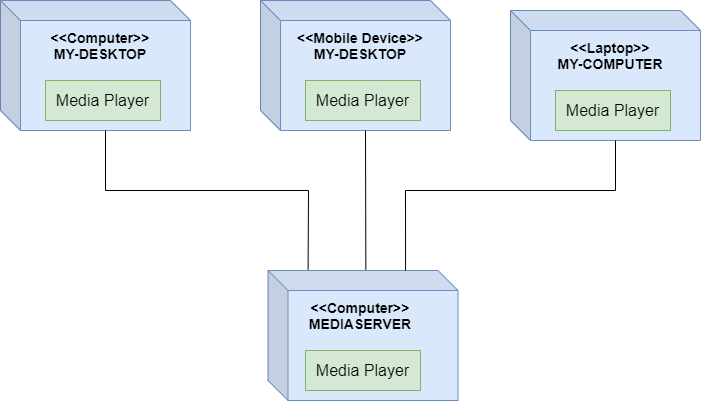
Above: Architectural styles/Layred Systems/nTierDiagram.png in smitbmx/Architecture-Diagrams (draw.io), before the change. Source tidied: cells renumbered, new cells last; positions are measured from the earlier drawing's top-left corner, leaving out a move shared by most shapes.
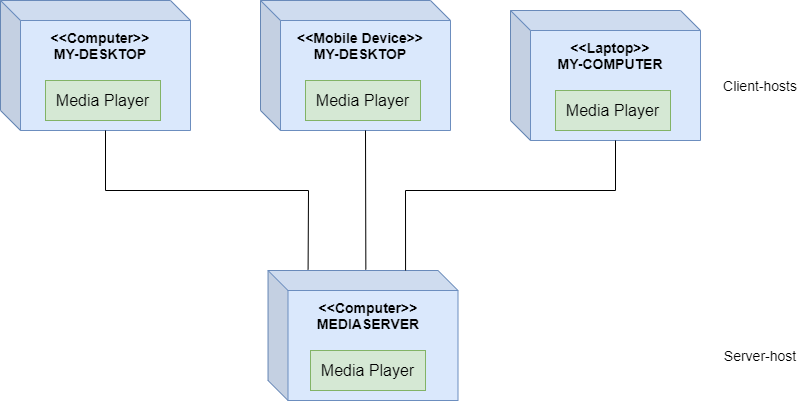
Later version of the same file.

Change to the diagram source:
```diff
@@ -33,10 +33,10 @@
       <mxGeometry x="267.5" y="270" width="190" height="130" as="geometry" />
     </mxCell>
     <mxCell id="12" value="&amp;lt;&amp;lt;Computer&amp;gt;&amp;gt;&lt;br style=&quot;font-size: 14px&quot;&gt;MEDIASERVER" style="text;html=1;strokeColor=none;fillColor=none;align=center;verticalAlign=middle;whiteSpace=wrap;rounded=0;fontSize=14;fontStyle=1;" parent="1" vertex="1">
-      <mxGeometry x="295" y="300" width="130" height="30" as="geometry" />
+      <mxGeometry x="302.5" y="300" width="130" height="30" as="geometry" />
     </mxCell>
     <mxCell id="13" value="&lt;font style=&quot;font-size: 16px&quot;&gt;Media Player&lt;/font&gt;" style="rounded=0;whiteSpace=wrap;html=1;fillColor=#d5e8d4;strokeColor=#82b366;" parent="1" vertex="1">
-      <mxGeometry x="305" y="350" width="115" height="40" as="geometry" />
+      <mxGeometry x="310" y="350" width="115" height="40" as="geometry" />
     </mxCell>
     <mxCell id="14" style="endArrow=none;html=1;rounded=0;fontSize=14;exitX=0;exitY=0;exitDx=105;exitDy=130;exitPerimeter=0;entryX=0.211;entryY=-0.008;entryDx=0;entryDy=0;entryPerimeter=0;" parent="1" edge="1" source="2" target="11">
       <mxGeometry relative="1" as="geometry">
@@ -57,5 +57,11 @@
         </Array>
       </mxGeometry>
     </mxCell>
+    <mxCell id="17" value="Server-host" style="text;html=1;strokeColor=none;fillColor=none;align=center;verticalAlign=middle;whiteSpace=wrap;rounded=0;fontSize=14;" parent="1" vertex="1">
+      <mxGeometry x="710" y="340" width="100" height="30" as="geometry" />
+    </mxCell>
+    <mxCell id="18" value="Client-hosts" style="text;html=1;strokeColor=none;fillColor=none;align=center;verticalAlign=middle;whiteSpace=wrap;rounded=0;fontSize=14;" parent="1" vertex="1">
+      <mxGeometry x="710" y="70" width="100" height="30" as="geometry" />
+    </mxCell>
   </root>
 </mxGraphModel>
```
